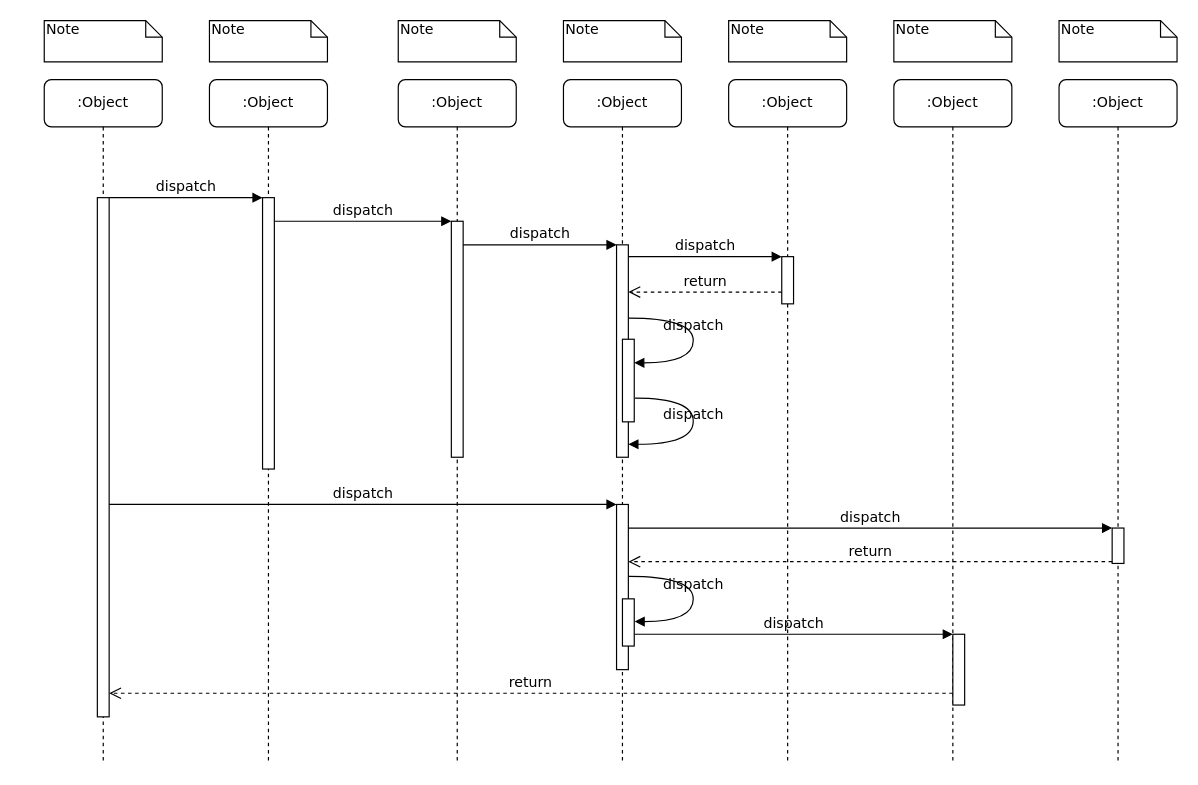
RebeccaY/start keeps this draw.io diagram as Untitled Diagram.drawio. Above is the earlier version. Source tidied: cells renumbered, new cells numbered last; positions are measured from the earlier drawing's top-left corner, leaving out a move shared by most shapes. Both pictures are drawn from the tidied source at 118%, with x=0, y=0 at pixel (44, 20).
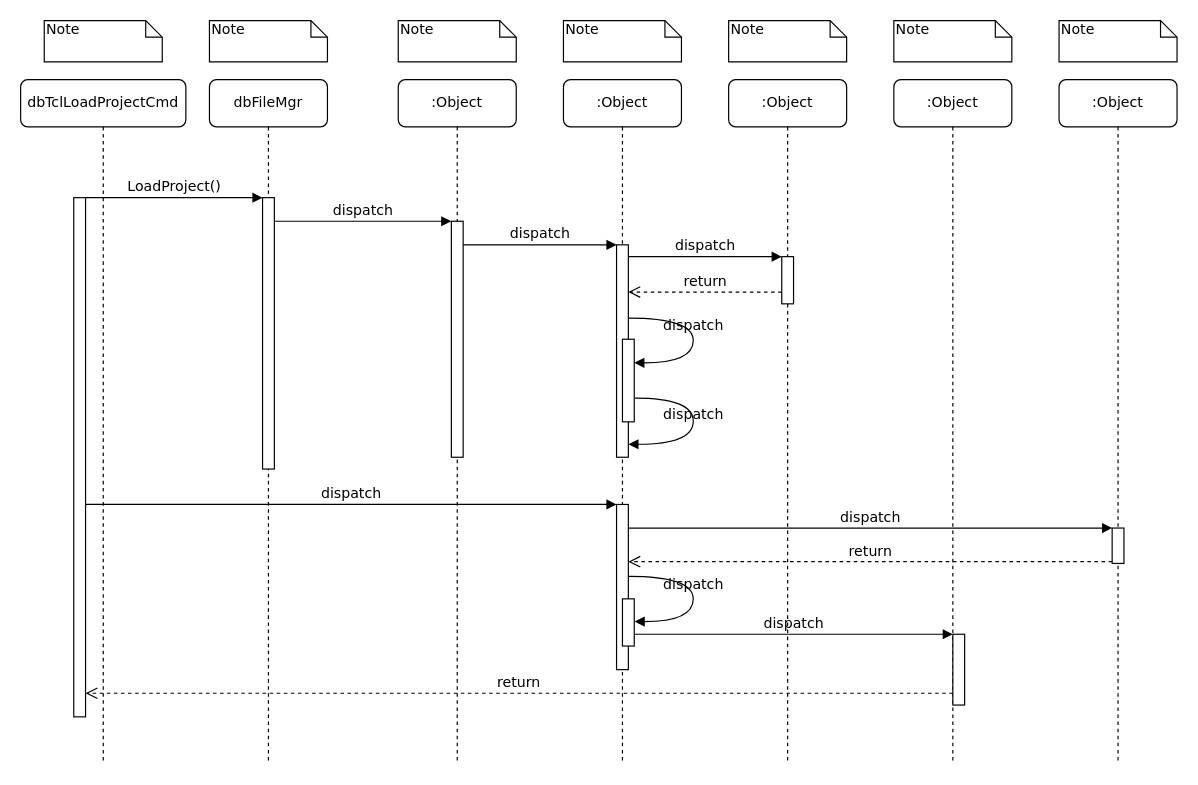
The same diagram, later.

Unchanged cells that the change refers to:
```xml
<mxCell id="3" style="html=1;points=[];perimeter=orthogonalPerimeter;rounded=0;shadow=0;comic=0;labelBackgroundColor=none;strokeWidth=1;fontFamily=Verdana;fontSize=12;align=center;" parent="2" vertex="1">
  <mxGeometry x="45" y="100" width="10" height="230" as="geometry" />
</mxCell>
<mxCell id="11" style="html=1;points=[];perimeter=orthogonalPerimeter;rounded=0;shadow=0;comic=0;labelBackgroundColor=none;strokeWidth=1;fontFamily=Verdana;fontSize=12;align=center;" parent="10" vertex="1">
  <mxGeometry x="45" y="100" width="10" height="440" as="geometry" />
</mxCell>
```

What changed in the source:
```diff
@@
-    <mxCell id="2" value=":Object" style="shape=umlLifeline;perimeter=lifelinePerimeter;whiteSpace=wrap;html=1;rounded=1;shadow=0;comic=0;labelBackgroundColor=none;strokeWidth=1;fontFamily=Verdana;fontSize=12;align=center;" parent="1" vertex="1">
+    <mxCell id="2" value="dbFileMgr" style="shape=umlLifeline;perimeter=lifelinePerimeter;whiteSpace=wrap;html=1;rounded=1;shadow=0;comic=0;labelBackgroundColor=none;strokeWidth=1;fontFamily=Verdana;fontSize=12;align=center;" parent="1" vertex="1">
       <mxGeometry x="140" y="50" width="100" height="580" as="geometry" />
     </mxCell>
@@
-    <mxCell id="10" value=":Object" style="shape=umlLifeline;perimeter=lifelinePerimeter;whiteSpace=wrap;html=1;rounded=1;shadow=0;comic=0;labelBackgroundColor=none;strokeWidth=1;fontFamily=Verdana;fontSize=12;align=center;" parent="1" vertex="1">
-      <mxGeometry y="50" width="100" height="580" as="geometry" />
+    <mxCell id="10" value="dbTclLoadProjectCmd" style="shape=umlLifeline;perimeter=lifelinePerimeter;whiteSpace=wrap;html=1;rounded=1;shadow=0;comic=0;labelBackgroundColor=none;strokeWidth=1;fontFamily=Verdana;fontSize=12;align=center;" parent="1" vertex="1">
+      <mxGeometry x="-20" y="50" width="140" height="580" as="geometry" />
     </mxCell>
@@
-    <mxCell id="25" value="dispatch" style="html=1;verticalAlign=bottom;endArrow=block;entryX=0;entryY=0;labelBackgroundColor=none;fontFamily=Verdana;fontSize=12;edgeStyle=elbowEdgeStyle;elbow=vertical;" parent="1" edge="1" source="11" target="3">
+    <mxCell id="25" value="LoadProject()" style="html=1;verticalAlign=bottom;endArrow=block;entryX=0;entryY=0;labelBackgroundColor=none;fontFamily=Verdana;fontSize=12;edgeStyle=elbowEdgeStyle;elbow=vertical;" parent="1" edge="1" source="11" target="3">
       <mxGeometry relative="1" as="geometry" />
     </mxCell>
```
